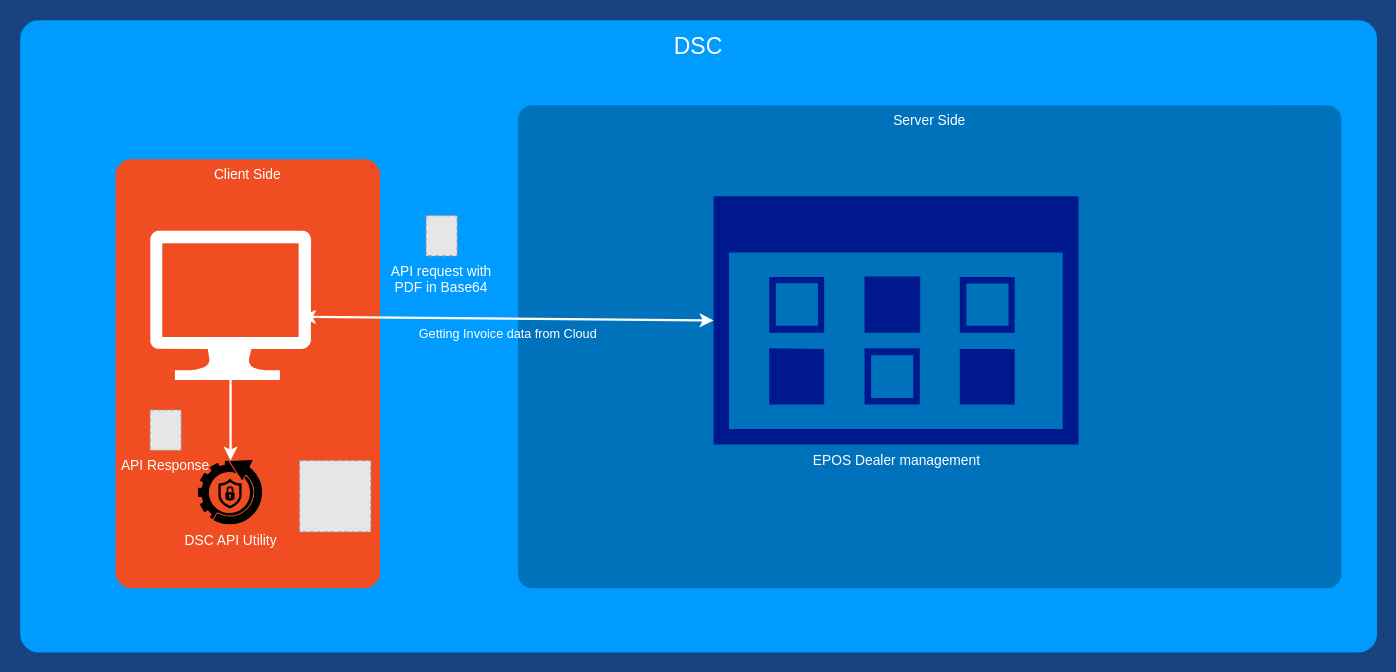
Above: JCB.drawio in superavesh/Diagrams (draw.io), before the change. Source tidied: cells renumbered, new cells numbered last; positions are measured from the earlier drawing's top-left corner, leaving out a move shared by most shapes. Both pictures are drawn from the tidied source at 115%, with x=0, y=0 at pixel (20, 20). Pictures stored in the file or linked from it are replaced by grey dashed boxes.
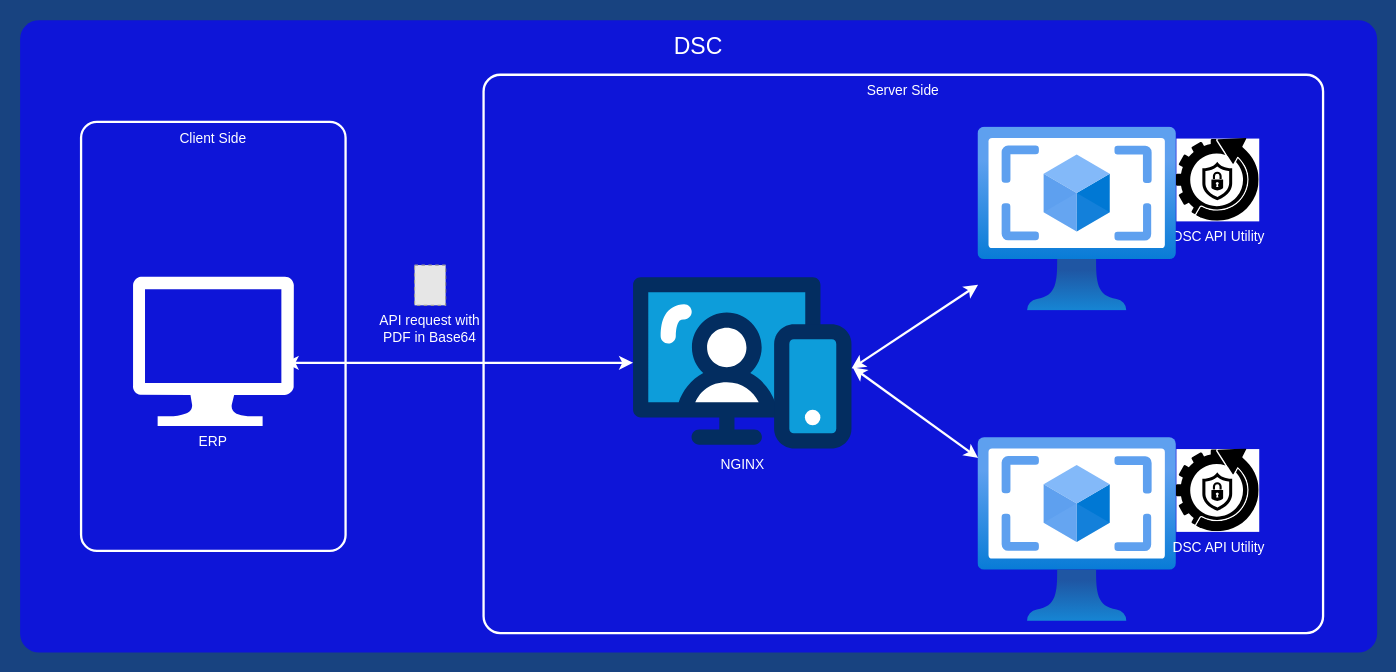
Above is the later version.

Diff of the diagram source:
```diff
@@
 <mxGraphModel background="#184380">
   <root>
     <mxCell id="0" />
     <mxCell id="1" parent="0" />
-    <mxCell id="2" value="DSC" style="whiteSpace=wrap;html=1;rounded=1;shadow=0;strokeColor=none;strokeWidth=2;fillColor=#009BFF;fontSize=20;fontColor=#FFFFFF;align=center;arcSize=3;verticalAlign=top;spacingTop=4;" parent="1" vertex="1">
+    <mxCell id="2" value="DSC" style="whiteSpace=wrap;html=1;rounded=1;shadow=0;strokeColor=none;strokeWidth=2;fillColor=#0e15d8;fontSize=20;fontColor=#FFFFFF;align=center;arcSize=3;verticalAlign=top;spacingTop=4;" parent="1" vertex="1">
       <mxGeometry width="1180" height="550" as="geometry" />
     </mxCell>
-    <mxCell id="3" value="Server Side" style="rounded=1;whiteSpace=wrap;html=1;shadow=0;strokeWidth=2;fillColor=#0072BC;fontSize=12;fontColor=#FFFFFF;align=center;strokeColor=none;arcSize=3;verticalAlign=top;imageBorder=#152de0;" parent="1" vertex="1">
-      <mxGeometry x="433" y="74" width="716" height="420" as="geometry" />
+    <mxCell id="3" value="Server Side" style="rounded=1;whiteSpace=wrap;html=1;shadow=0;strokeWidth=2;fillColor=#0e15d8;fontSize=12;fontColor=#FFFFFF;align=center;strokeColor=#ffffff;arcSize=3;verticalAlign=top;imageBorder=#152de0;" parent="1" vertex="1">
+      <mxGeometry x="403" y="47.5" width="730" height="485.5" as="geometry" />
     </mxCell>
-    <mxCell id="4" value="Client Side" style="rounded=1;whiteSpace=wrap;html=1;shadow=0;strokeWidth=2;fillColor=#F04D22;fontSize=12;fontColor=#FFFFFF;align=center;strokeColor=none;arcSize=6;verticalAlign=top;" parent="1" vertex="1">
-      <mxGeometry x="83" y="121" width="230" height="373" as="geometry" />
+    <mxCell id="4" value="Client Side" style="rounded=1;whiteSpace=wrap;html=1;shadow=0;strokeWidth=2;fillColor=#0e15d8;fontSize=12;fontColor=#FFFFFF;align=center;strokeColor=#ffffff;arcSize=6;verticalAlign=top;" parent="1" vertex="1">
+      <mxGeometry x="53" y="88.5" width="230" height="373" as="geometry" />
     </mxCell>
     <mxCell id="5" value="API request with &#10;PDF in Base64" style="fillColor=#E6E6E6;strokeColor=#999999;dashed=1;verticalLabelPosition=bottom;labelBackgroundColor=none;verticalAlign=top;fontColor=#ffffff;" parent="1" vertex="1">
-      <mxGeometry x="353" y="170" width="27" height="35" as="geometry" />
+      <mxGeometry x="343" y="213" width="27" height="35" as="geometry" />
     </mxCell>
-    <mxCell id="6" style="endArrow=classic;html=1;rounded=0;fontColor=#ffffff;strokeColor=#ffffff;exitX=0.5;exitY=1;exitDx=0;exitDy=0;strokeWidth=2;exitPerimeter=0;flowAnimation=1;" parent="1" edge="1" source="9" target="7">
-      <mxGeometry relative="1" as="geometry" />
-    </mxCell>
-    <mxCell id="7" value="DSC API Utility" style="image;html=1;points=[];align=center;fontSize=12;image=img/lib/mscae/Windows_10_IoT_Core_Services.svg;labelBackgroundColor=none;fontColor=#ffffff;imageBackground=none;fillStyle=zigzag-line;imageBorder=none;" parent="1" vertex="1">
-      <mxGeometry x="155" y="383" width="56" height="56" as="geometry" />
+    <mxCell id="7" value="DSC API Utility" style="image;html=1;points=[];align=center;fontSize=12;image=img/lib/mscae/Windows_10_IoT_Core_Services.svg;labelBackgroundColor=none;fontColor=#ffffff;imageBackground=default;fillStyle=auto;imageBorder=none;" parent="1" vertex="1">
+      <mxGeometry x="1005.5" y="103" width="72" height="72" as="geometry" />
     </mxCell>
-    <mxCell id="8" value="API Response" style="fillColor=#E6E6E6;strokeColor=#999999;dashed=1;verticalLabelPosition=bottom;labelBackgroundColor=none;verticalAlign=top;fontColor=#ffffff;" parent="1" vertex="1">
-      <mxGeometry x="113" y="339" width="27" height="35" as="geometry" />
-    </mxCell>
-    <mxCell id="9" style="verticalLabelPosition=bottom;html=1;verticalAlign=top;strokeColor=none;fillColor=#FFFFFF;shape=mxgraph.azure.computer;rounded=0;shadow=0;fontSize=12;fontColor=#000000;align=center;" parent="1" vertex="1">
-      <mxGeometry x="113" y="183" width="140" height="130" as="geometry" />
+    <mxCell id="9" value="ERP" style="verticalLabelPosition=bottom;html=1;verticalAlign=top;strokeColor=none;fillColor=#FFFFFF;shape=mxgraph.azure.computer;rounded=0;shadow=0;fontSize=12;fontColor=#FFFFFF;align=center;whiteSpace=wrap;" parent="1" vertex="1">
+      <mxGeometry x="98" y="223" width="140" height="130" as="geometry" />
     </mxCell>
-    <mxCell id="10" value="EPOS Dealer management" style="sketch=0;shadow=0;dashed=0;html=1;strokeColor=none;labelPosition=center;verticalLabelPosition=bottom;verticalAlign=top;align=center;fillColor=#00188D;shape=mxgraph.mscae.enterprise.management_console;fontColor=#ffffff;" parent="1" vertex="1">
-      <mxGeometry x="603" y="153.2" width="317.3" height="215.8" as="geometry" />
-    </mxCell>
-    <mxCell id="11" value="Getting Invoice data from Cloud" style="endArrow=classic;startArrow=classic;html=1;rounded=0;strokeColor=#ffffff;strokeWidth=2;entryX=0;entryY=0.5;entryDx=0;entryDy=0;entryPerimeter=0;exitX=0.943;exitY=0.577;exitDx=0;exitDy=0;exitPerimeter=0;labelBackgroundColor=none;fontColor=#ffffff;labelPosition=center;verticalLabelPosition=bottom;align=center;verticalAlign=top;flowAnimation=1;" parent="1" edge="1" source="9" target="10">
-      <mxGeometry relative="1" as="geometry" />
+    <mxCell id="11" style="endArrow=classic;startArrow=classic;html=1;rounded=0;strokeColor=#ffffff;strokeWidth=2;labelBackgroundColor=none;fontColor=#ffffff;labelPosition=center;verticalLabelPosition=bottom;align=center;verticalAlign=top;flowAnimation=1;" parent="1" edge="1" target="15">
+      <mxGeometry relative="1" as="geometry">
+        <mxPoint x="723" y="303" as="sourcePoint" />
+      </mxGeometry>
     </mxCell>
-    <mxCell id="12" style="fillColor=#E6E6E6;strokeColor=#999999;dashed=1;html=1;verticalAlign=top;verticalLabelPosition=bottom;labelBackgroundColor=#ffffff;" parent="1" vertex="1">
-      <mxGeometry x="243" y="383" width="62" height="62" as="geometry" />
-    </mxCell>
+    <mxCell id="13" style="endArrow=classic;startArrow=classic;html=1;rounded=0;strokeColor=#ffffff;strokeWidth=2;entryX=0;entryY=0.5;entryDx=0;entryDy=0;entryPerimeter=0;exitX=0.943;exitY=0.577;exitDx=0;exitDy=0;exitPerimeter=0;labelBackgroundColor=none;fontColor=#ffffff;labelPosition=center;verticalLabelPosition=bottom;align=center;verticalAlign=top;flowAnimation=1;" parent="1" edge="1" source="9" target="14">
+      <mxGeometry relative="1" as="geometry" />
+    </mxCell>
+    <mxCell id="14" value="NGINX" style="verticalLabelPosition=bottom;html=1;shape=mxgraph.salesforce.web;fontColor=#ffffff;labelPosition=center;align=center;verticalAlign=top;" parent="1" vertex="1">
+      <mxGeometry x="533" y="223" width="189.9" height="150" as="geometry" />
+    </mxCell>
+    <mxCell id="15" style="image;html=1;points=[];align=center;fontSize=12;image=img/lib/azure2/compute/VM_Images_Classic.svg;" parent="1" vertex="1">
+      <mxGeometry x="833" y="93" width="172.5" height="160" as="geometry" />
+    </mxCell>
+    <mxCell id="16" style="image;html=1;points=[];align=center;fontSize=12;image=img/lib/azure2/compute/VM_Images_Classic.svg;" parent="1" vertex="1">
+      <mxGeometry x="833" y="363" width="172.5" height="160" as="geometry" />
+    </mxCell>
+    <mxCell id="17" style="endArrow=classic;startArrow=classic;html=1;rounded=0;strokeColor=#ffffff;strokeWidth=2;exitX=1.006;exitY=0.527;exitDx=0;exitDy=0;exitPerimeter=0;labelBackgroundColor=none;fontColor=#ffffff;labelPosition=center;verticalLabelPosition=bottom;align=center;verticalAlign=top;flowAnimation=1;" parent="1" edge="1" source="14" target="16">
+      <mxGeometry relative="1" as="geometry" />
+    </mxCell>
+    <mxCell id="18" value="DSC API Utility" style="image;html=1;align=center;fontSize=12;image=img/lib/mscae/Windows_10_IoT_Core_Services.svg;labelBackgroundColor=none;fontColor=#ffffff;imageBackground=default;fillStyle=auto;imageBorder=none;" parent="1" vertex="1">
+      <mxGeometry x="1005.5" y="373" width="72" height="72" as="geometry" />
+    </mxCell>
   </root>
 </mxGraphModel>
```
